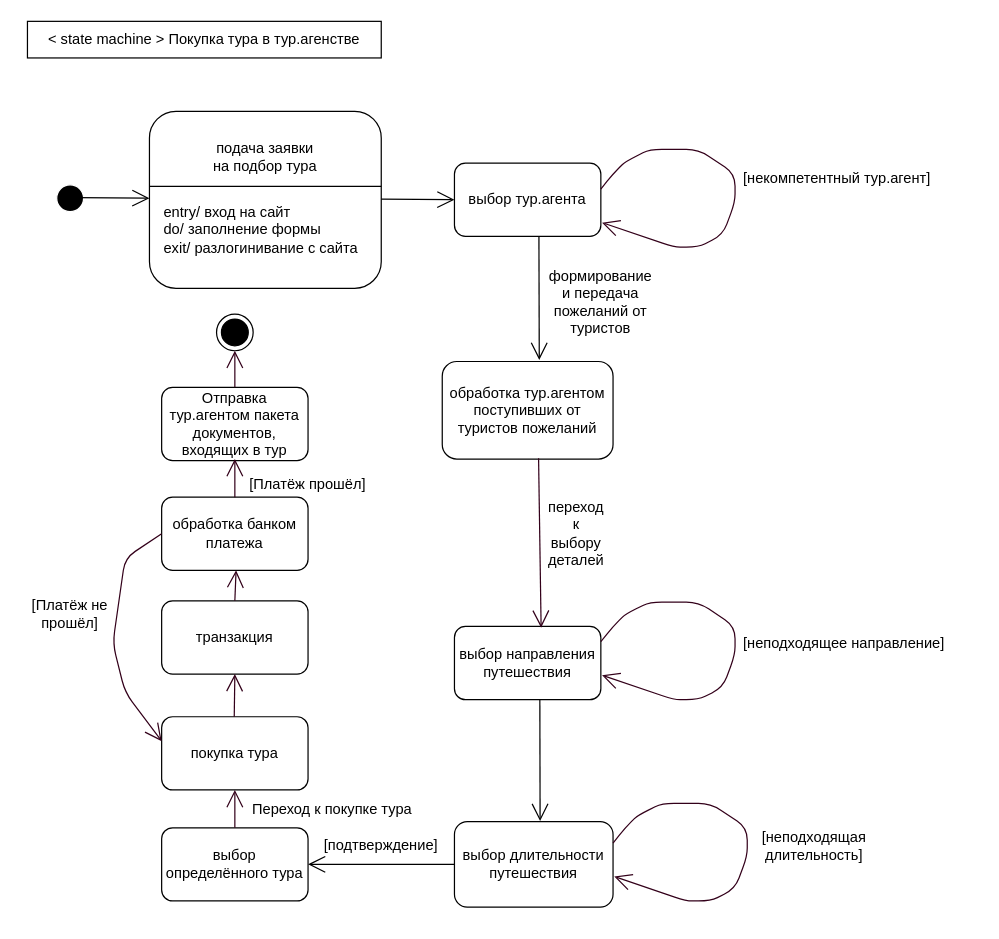
This is LR3/automat_diagram_2.drawio from f0rsunka/UML, a draw.io file, before an edit. Source tidied: cells renumbered, new cells numbered last; positions are measured from the earlier drawing's top-left corner, leaving out a move shared by most shapes. Both pictures are drawn from the tidied source at 122%, with x=0, y=0 at pixel (21, 21).
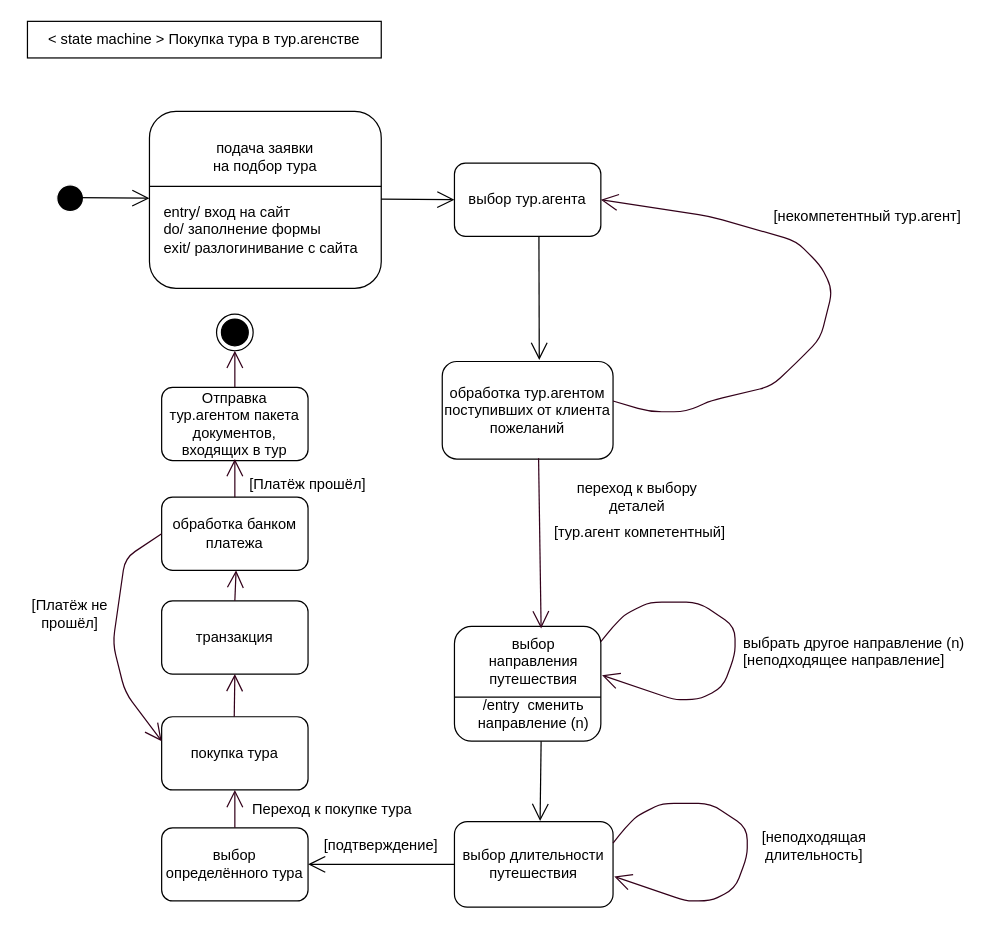
Above is the later version.

Unchanged cells that the change refers to:
```xml
<mxCell id="8" value="выбор тур.агента" style="rounded=1;whiteSpace=wrap;html=1;strokeColor=#000000;" parent="1" vertex="1">
  <mxGeometry x="355" y="116.2" width="120" height="60" as="geometry" />
</mxCell>
<mxCell id="10" value="выбор длительности путешествия" style="rounded=1;whiteSpace=wrap;html=1;strokeColor=#000000;" parent="1" vertex="1">
  <mxGeometry x="355" y="656" width="130" height="70" as="geometry" />
</mxCell>
```

The edit, as a diff of the source:
```diff
@@
-    <mxCell id="7" value="обработка тур.агентом поступивших от туристов пожеланий" style="rounded=1;whiteSpace=wrap;html=1;strokeColor=#000000;" parent="1" vertex="1">
+    <mxCell id="7" value="обработка тур.агентом поступивших от клиента пожеланий" style="rounded=1;whiteSpace=wrap;html=1;strokeColor=#000000;" parent="1" vertex="1">
       <mxGeometry x="345" y="278.8" width="140" height="80" as="geometry" />
     </mxCell>
@@
-    <mxCell id="9" value="выбор направления путешествия" style="rounded=1;whiteSpace=wrap;html=1;strokeColor=#000000;" parent="1" vertex="1">
-      <mxGeometry x="355" y="496" width="120" height="60" as="geometry" />
+    <mxCell id="9" style="rounded=1;whiteSpace=wrap;html=1;strokeColor=#000000;" parent="1" vertex="1">
+      <mxGeometry x="355" y="496" width="120" height="94" as="geometry" />
     </mxCell>
@@
-    <mxCell id="15" value="[неподходящее направление]" style="text;html=1;" parent="1" vertex="1">
+    <mxCell id="15" value="выбрать другое направление (n)&lt;br&gt;[неподходящее направление]" style="text;html=1;" parent="1" vertex="1">
       <mxGeometry x="590" y="496" width="170" height="30" as="geometry" />
     </mxCell>
@@
-    <mxCell id="23" style="endArrow=open;endFill=1;endSize=12;html=1;entryX=0.54;entryY=-0.007;entryDx=0;entryDy=0;entryPerimeter=0;" parent="1" edge="1" target="10">
-      <mxGeometry relative="1" as="geometry">
-        <mxPoint x="425" y="556" as="sourcePoint" />
-      </mxGeometry>
+    <mxCell id="23" style="endArrow=open;endFill=1;endSize=12;html=1;entryX=0.54;entryY=-0.007;entryDx=0;entryDy=0;entryPerimeter=0;exitX=0.592;exitY=1;exitDx=0;exitDy=0;exitPerimeter=0;" parent="1" edge="1" source="9" target="10">
+      <mxGeometry relative="1" as="geometry" />
     </mxCell>
     <mxCell id="24" value="[некомпетентный тур.агент]" style="text;html=1;" parent="1" vertex="1">
-      <mxGeometry x="590" y="115" width="170" height="30" as="geometry" />
+      <mxGeometry x="615" y="146.2" width="170" height="30" as="geometry" />
     </mxCell>
@@
-    <mxCell id="26" style="endArrow=open;endFill=1;endSize=12;html=1;strokeColor=#33001A;exitX=1;exitY=0.25;exitDx=0;exitDy=0;" parent="1" edge="1">
+    <mxCell id="26" style="endArrow=open;endFill=1;endSize=12;html=1;strokeColor=#33001A;exitX=1;exitY=0.25;exitDx=0;exitDy=0;entryX=1;entryY=0.5;entryDx=0;entryDy=0;" parent="1" edge="1" target="8">
       <mxGeometry relative="1" as="geometry">
-        <mxPoint x="475" y="137.5" as="sourcePoint" />
-        <mxPoint x="476" y="165" as="targetPoint" />
+        <mxPoint x="485" y="311.2" as="sourcePoint" />
         <Array as="points">
-          <mxPoint x="485" y="125" />
-          <mxPoint x="495" y="115" />
-          <mxPoint x="515" y="105" />
-          <mxPoint x="555" y="105" />
-          <mxPoint x="585" y="125" />
-          <mxPoint x="585" y="148" />
-          <mxPoint x="575" y="175" />
-          <mxPoint x="555" y="185" />
-          <mxPoint x="535" y="185" />
+          <mxPoint x="515" y="320" />
+          <mxPoint x="545" y="320" />
+          <mxPoint x="565" y="311" />
+          <mxPoint x="615" y="299" />
+          <mxPoint x="635" y="280" />
+          <mxPoint x="655" y="260" />
+          <mxPoint x="665" y="220" />
+          <mxPoint x="655" y="200" />
+          <mxPoint x="635" y="180" />
+          <mxPoint x="565" y="160" />
         </Array>
       </mxGeometry>
     </mxCell>
@@
-    <mxCell id="28" value="формирование и передача пожеланий от туристов" style="text;html=1;strokeColor=none;fillColor=none;align=center;verticalAlign=middle;whiteSpace=wrap;rounded=0;" parent="1" vertex="1">
-      <mxGeometry x="455" y="220" width="40" height="20" as="geometry" />
-    </mxCell>
     <mxCell id="29" value="переход к выбору деталей" style="text;html=1;strokeColor=none;fillColor=none;align=center;verticalAlign=middle;whiteSpace=wrap;rounded=0;" parent="1" vertex="1">
-      <mxGeometry x="435" y="410" width="40" height="20" as="geometry" />
+      <mxGeometry x="435" y="380" width="140" height="20" as="geometry" />
     </mxCell>
@@
+    <mxCell id="43" value="выбор направления путешествия" style="text;html=1;strokeColor=none;fillColor=none;align=center;verticalAlign=middle;whiteSpace=wrap;rounded=0;" parent="1" vertex="1">
+      <mxGeometry x="390" y="515" width="60" height="20" as="geometry" />
+    </mxCell>
+    <mxCell id="44" style="line;strokeWidth=1;fillColor=none;align=left;verticalAlign=middle;spacingTop=-1;spacingLeft=3;spacingRight=3;labelPosition=right;" parent="1" vertex="1">
+      <mxGeometry x="355" y="550" width="120" height="8" as="geometry" />
+    </mxCell>
+    <mxCell id="45" value="/entry&amp;nbsp; сменить направление (n)" style="text;html=1;strokeColor=none;fillColor=none;align=center;verticalAlign=middle;whiteSpace=wrap;rounded=0;" parent="1" vertex="1">
+      <mxGeometry x="360" y="558" width="120" height="20" as="geometry" />
+    </mxCell>
+    <mxCell id="46" value="[тур.агент компетентный]" style="text;html=1;" parent="1" vertex="1">
+      <mxGeometry x="435" y="405" width="180" height="30" as="geometry" />
+    </mxCell>
+    <mxCell id="47" style="edgeStyle=orthogonalEdgeStyle;rounded=0;orthogonalLoop=1;jettySize=auto;html=1;exitX=0.5;exitY=1;exitDx=0;exitDy=0;" parent="1" edge="1" source="29" target="29">
+      <mxGeometry relative="1" as="geometry" />
+    </mxCell>
```
